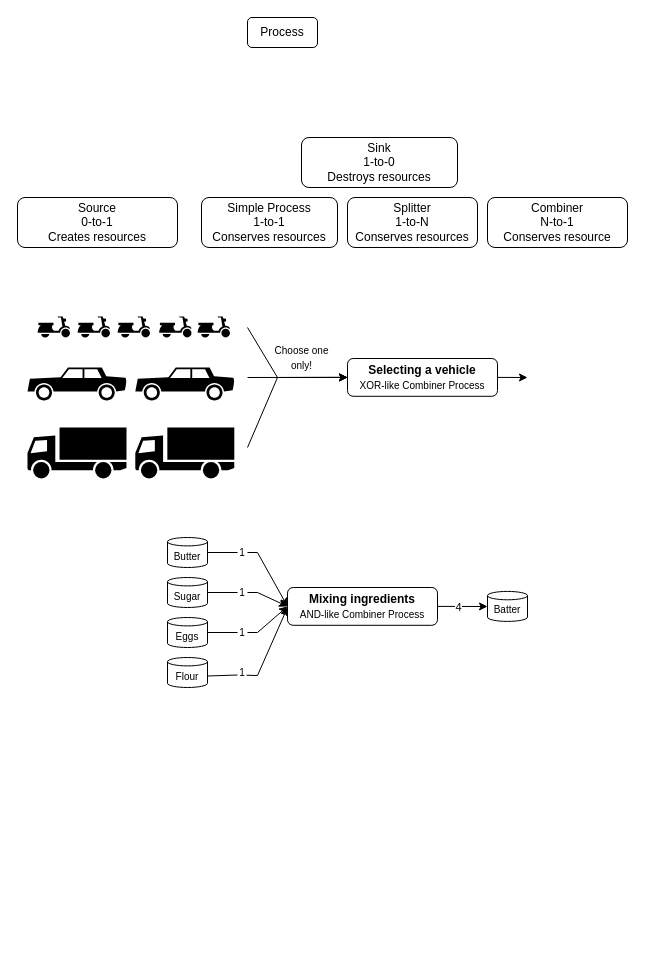
The draw.io diagram src/images/Splitters and Combiners.drawio in jajetloh/quokkasim-book, before the edit. Source tidied: cells renumbered, new cells numbered last; positions are measured from the earlier drawing's top-left corner, leaving out a move shared by most shapes. Both pictures are drawn from the tidied source at 100%, with x=0, y=0 at pixel (17, 17).
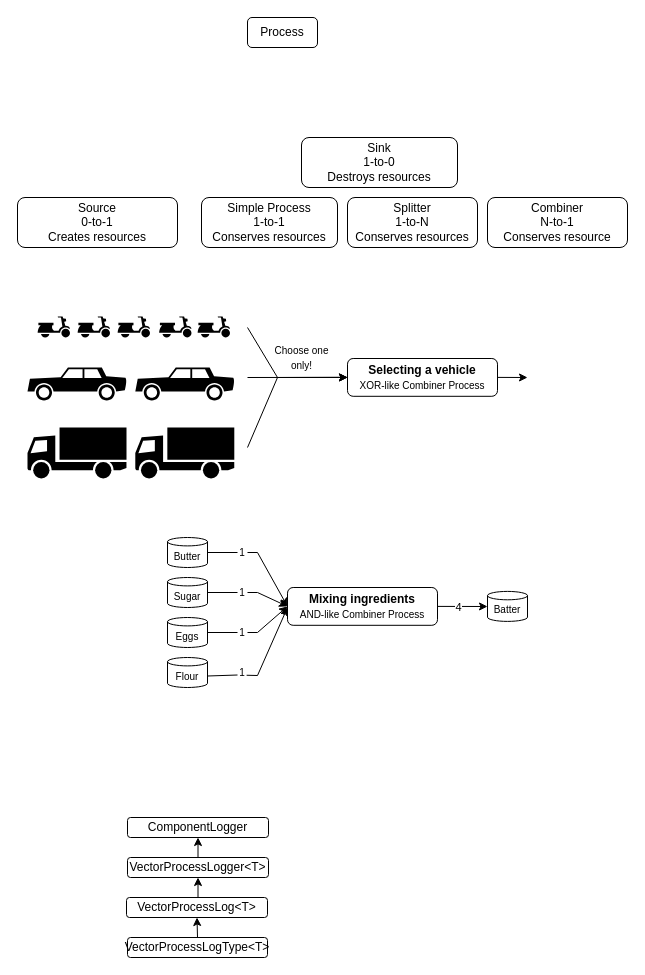
Above is the later version.

Change to the diagram source:
```diff
@@
+    <mxCell id="44" style="edgeStyle=orthogonalEdgeStyle;rounded=0;jettySize=auto;html=1;exitX=0.5;exitY=0;exitDx=0;exitDy=0;entryX=0.5;entryY=1;entryDx=0;entryDy=0;" parent="1" edge="1" source="45" target="49">
+      <mxGeometry relative="1" as="geometry" />
+    </mxCell>
+    <mxCell id="45" value="VectorProcessLog&amp;lt;T&amp;gt;" style="rounded=1;whiteSpace=wrap;html=1;" parent="1" vertex="1">
+      <mxGeometry x="109" y="880" width="141" height="20" as="geometry" />
+    </mxCell>
+    <mxCell id="46" style="edgeStyle=orthogonalEdgeStyle;rounded=0;jettySize=auto;html=1;exitX=0.5;exitY=0;exitDx=0;exitDy=0;entryX=0.5;entryY=1;entryDx=0;entryDy=0;" parent="1" edge="1" source="47" target="45">
+      <mxGeometry relative="1" as="geometry" />
+    </mxCell>
+    <mxCell id="47" value="VectorProcessLogType&amp;lt;T&amp;gt;" style="rounded=1;whiteSpace=wrap;html=1;" parent="1" vertex="1">
+      <mxGeometry x="110" y="920" width="140" height="20" as="geometry" />
+    </mxCell>
+    <mxCell id="48" style="edgeStyle=orthogonalEdgeStyle;rounded=0;jettySize=auto;html=1;exitX=0.5;exitY=0;exitDx=0;exitDy=0;entryX=0.5;entryY=1;entryDx=0;entryDy=0;" parent="1" edge="1" source="49" target="50">
+      <mxGeometry relative="1" as="geometry" />
+    </mxCell>
+    <mxCell id="49" value="VectorProcessLogger&amp;lt;T&amp;gt;" style="rounded=1;whiteSpace=wrap;html=1;" parent="1" vertex="1">
+      <mxGeometry x="110" y="840" width="141" height="20" as="geometry" />
+    </mxCell>
+    <mxCell id="50" value="ComponentLogger" style="rounded=1;whiteSpace=wrap;html=1;" parent="1" vertex="1">
+      <mxGeometry x="110" y="800" width="141" height="20" as="geometry" />
+    </mxCell>
```
